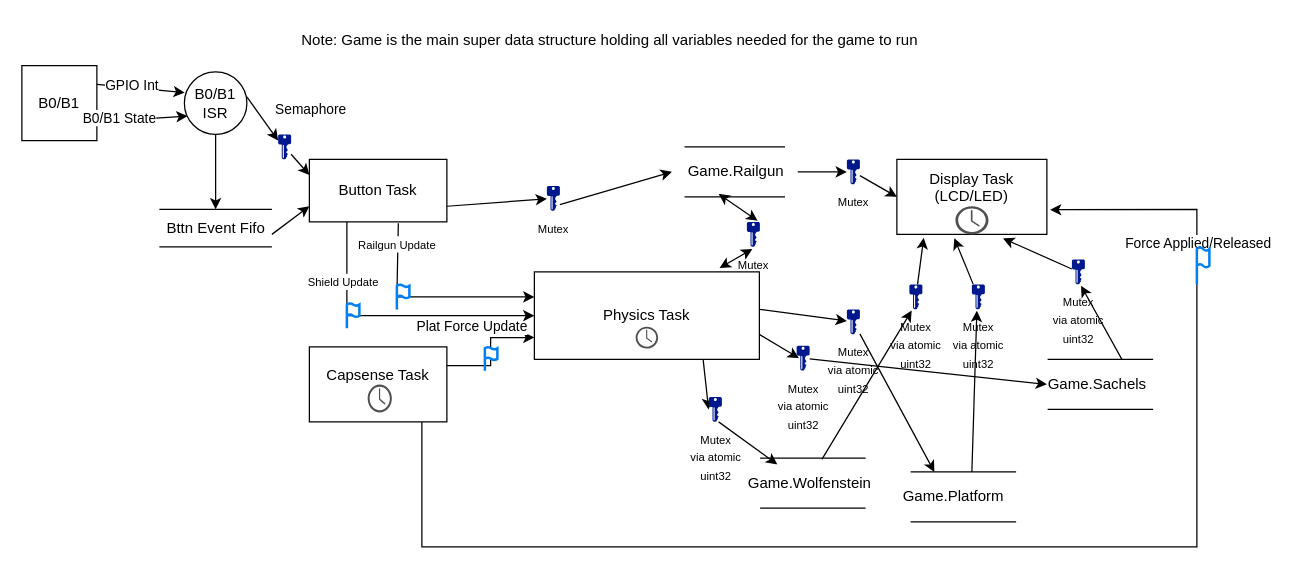
Earlier version of the draw.io diagram Task_Diagram.drawio (rt0328/RTOS-Project-RT). Source tidied: cells renumbered, new cells numbered last; positions are measured from the earlier drawing's top-left corner, leaving out a move shared by most shapes. Both pictures are drawn from the tidied source at 125%, with x=0, y=0 at pixel (21, 21).
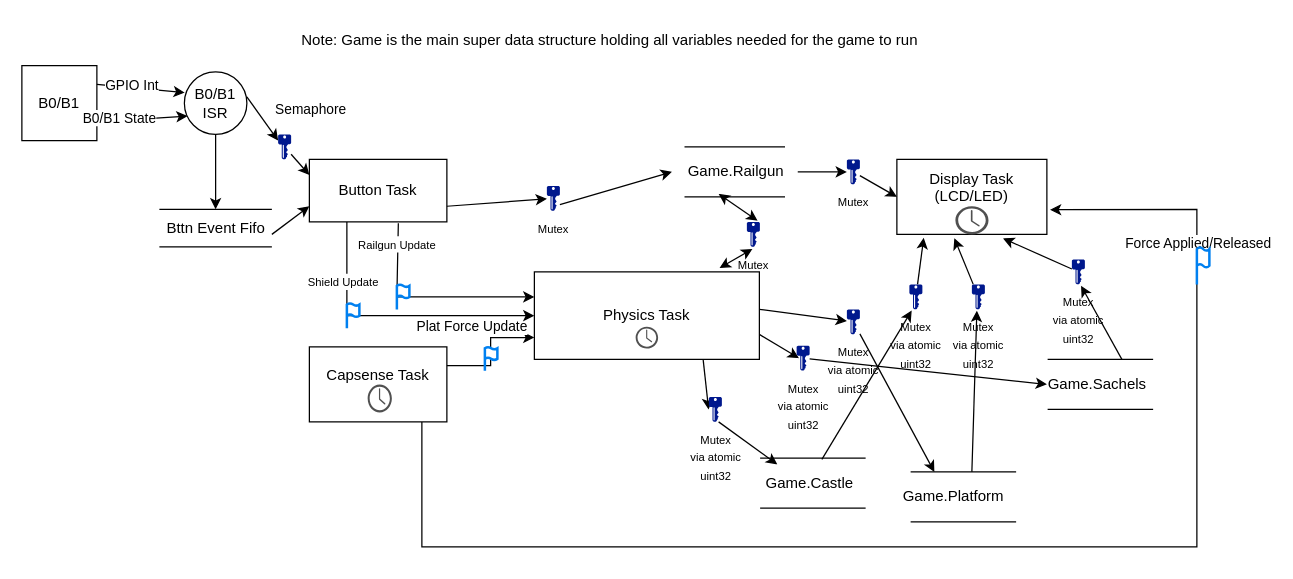
The same page after the edit.

The edit, as a diff of the source:
```diff
@@
-    <mxCell id="80" value="&amp;nbsp; &amp;nbsp;Game.Wolfenstein" style="text;html=1;align=center;verticalAlign=middle;points=[];strokeColor=none;fillColor=none;" parent="1" vertex="1">
-      <mxGeometry x="560" y="354" width="130" height="30" as="geometry" />
+    <mxCell id="80" value="&amp;nbsp; &amp;nbsp;Game.Castle" style="text;html=1;align=center;verticalAlign=middle;points=[];strokeColor=none;fillColor=none;" parent="1" vertex="1">
+      <mxGeometry x="575" y="354" width="100" height="30" as="geometry" />
     </mxCell>
```
